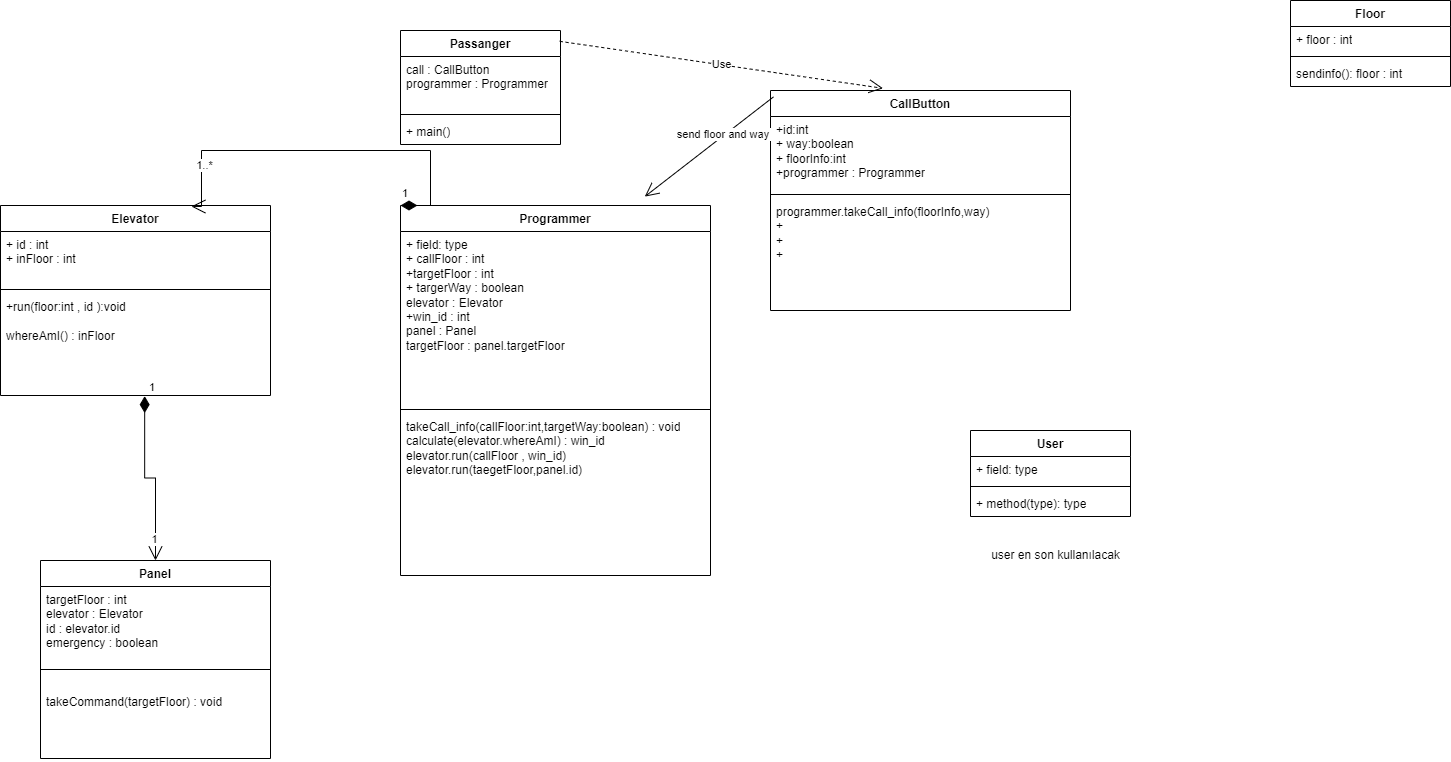
orhanozyurtt/UML-FILES keeps this draw.io diagram as elevator similation.drawio.png. Above is the earlier version. Source tidied: cells renumbered, new cells last; positions are measured from the earlier drawing's top-left corner, leaving out a move shared by most shapes.
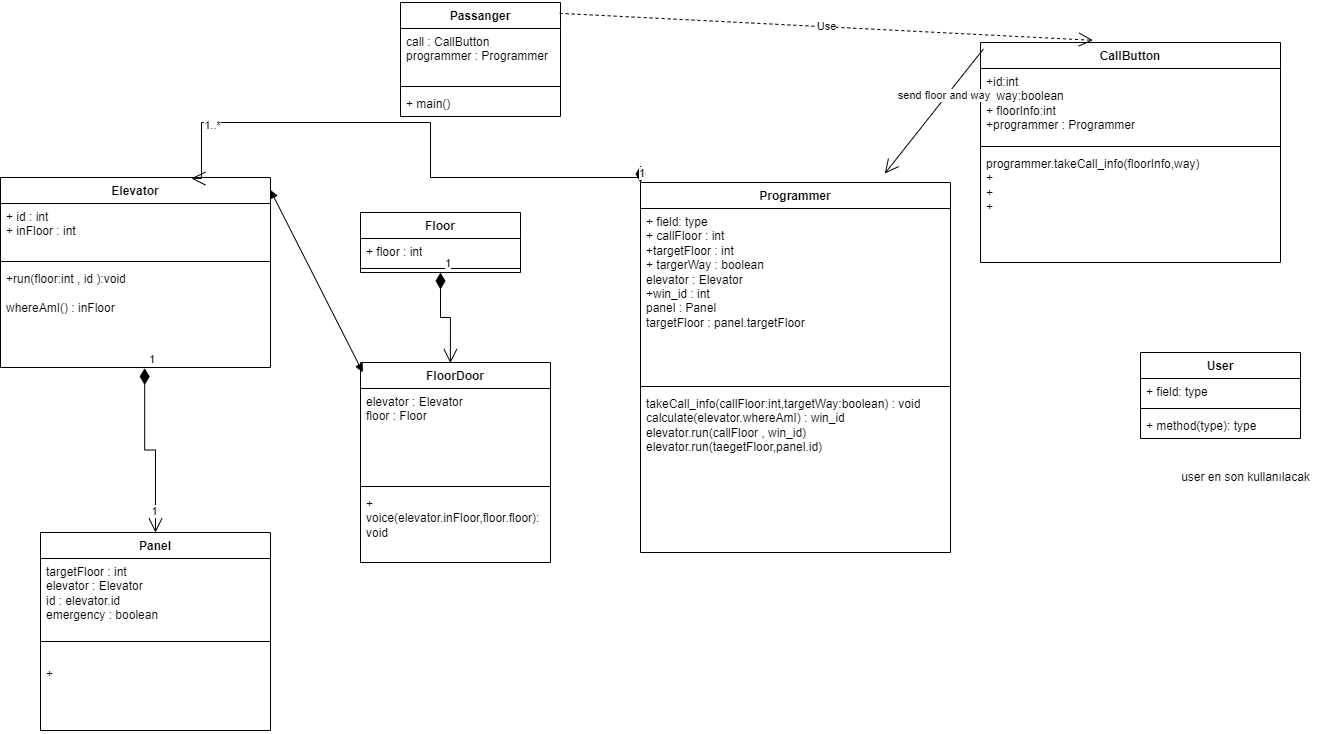
The same diagram one commit later.

What changed in the source:
```diff
@@ -11,7 +11,7 @@
     <mxCell id="4" style="line;strokeWidth=1;fillColor=none;align=left;verticalAlign=middle;spacingTop=-1;spacingLeft=3;spacingRight=3;labelPosition=right;strokeColor=inherit;" parent="2" vertex="1">
       <mxGeometry y="90" width="230" height="38" as="geometry" />
     </mxCell>
-    <mxCell id="5" value="takeCommand(targetFloor) : void" style="text;strokeColor=none;fillColor=none;align=left;verticalAlign=top;spacingLeft=4;spacingRight=4;overflow=hidden;whiteSpace=wrap;html=1;" parent="2" vertex="1">
+    <mxCell id="5" value="+" style="text;strokeColor=none;fillColor=none;align=left;verticalAlign=top;spacingLeft=4;spacingRight=4;overflow=hidden;whiteSpace=wrap;html=1;" parent="2" vertex="1">
       <mxGeometry y="128" width="230" height="70" as="geometry" />
     </mxCell>
     <mxCell id="6" value="Elevator" style="swimlane;fontStyle=1;align=center;verticalAlign=top;horizontal=1;startSize=26;whiteSpace=wrap;html=1;" parent="1" vertex="1">
@@ -39,7 +39,7 @@
       <mxGeometry y="88" width="160" height="26" as="geometry" />
     </mxCell>
     <mxCell id="14" value="User" style="swimlane;fontStyle=1;align=center;verticalAlign=top;horizontal=1;startSize=26;whiteSpace=wrap;html=1;" parent="1" vertex="1">
-      <mxGeometry x="970" y="430" width="160" height="86" as="geometry" />
+      <mxGeometry x="1140" y="380" width="160" height="86" as="geometry" />
     </mxCell>
     <mxCell id="15" value="+ field: type" style="text;strokeColor=none;fillColor=none;align=left;verticalAlign=top;spacingLeft=4;spacingRight=4;overflow=hidden;whiteSpace=wrap;html=1;" parent="14" vertex="1">
       <mxGeometry y="26" width="160" height="26" as="geometry" />
@@ -51,10 +51,10 @@
       <mxGeometry y="60" width="160" height="26" as="geometry" />
     </mxCell>
     <mxCell id="18" value="user en son kullanılacak" style="text;html=1;align=center;verticalAlign=middle;strokeColor=none;fillColor=none;" parent="1" vertex="1">
-      <mxGeometry x="980" y="540" width="150" height="30" as="geometry" />
+      <mxGeometry x="1170" y="490" width="150" height="30" as="geometry" />
     </mxCell>
     <mxCell id="19" value="CallButton" style="swimlane;fontStyle=1;align=center;verticalAlign=top;horizontal=1;startSize=26;whiteSpace=wrap;html=1;" parent="1" vertex="1">
-      <mxGeometry x="770" y="90" width="300" height="220" as="geometry" />
+      <mxGeometry x="980" y="70" width="300" height="220" as="geometry" />
     </mxCell>
     <mxCell id="20" value="+id:int&lt;br&gt;+ way:boolean&lt;br&gt;+ floorInfo:int&lt;br&gt;+programmer : Programmer" style="text;strokeColor=none;fillColor=none;align=left;verticalAlign=top;spacingLeft=4;spacingRight=4;overflow=hidden;whiteSpace=wrap;html=1;" parent="19" vertex="1">
       <mxGeometry y="26" width="300" height="74" as="geometry" />
@@ -75,7 +75,7 @@
       <mxGeometry relative="1" as="geometry" />
     </mxCell>
     <mxCell id="26" value="Floor" style="swimlane;fontStyle=1;align=center;verticalAlign=top;horizontal=1;startSize=26;whiteSpace=wrap;html=1;" parent="1" vertex="1">
-      <mxGeometry x="1290" width="160" height="86" as="geometry" />
+      <mxGeometry x="360" y="240" width="160" height="60" as="geometry" />
     </mxCell>
     <mxCell id="27" value="+ floor : int" style="text;strokeColor=none;fillColor=none;align=left;verticalAlign=top;spacingLeft=4;spacingRight=4;overflow=hidden;whiteSpace=wrap;html=1;" parent="26" vertex="1">
       <mxGeometry y="26" width="160" height="26" as="geometry" />
@@ -83,11 +83,8 @@
     <mxCell id="28" style="line;strokeWidth=1;fillColor=none;align=left;verticalAlign=middle;spacingTop=-1;spacingLeft=3;spacingRight=3;labelPosition=right;strokeColor=inherit;" parent="26" vertex="1">
       <mxGeometry y="52" width="160" height="8" as="geometry" />
     </mxCell>
-    <mxCell id="29" value="sendinfo(): floor : int&amp;nbsp;" style="text;strokeColor=none;fillColor=none;align=left;verticalAlign=top;spacingLeft=4;spacingRight=4;overflow=hidden;whiteSpace=wrap;html=1;" parent="26" vertex="1">
-      <mxGeometry y="60" width="160" height="26" as="geometry" />
-    </mxCell>
     <mxCell id="30" value="Programmer" style="swimlane;fontStyle=1;align=center;verticalAlign=top;horizontal=1;startSize=26;whiteSpace=wrap;html=1;" parent="1" vertex="1">
-      <mxGeometry x="400" y="205" width="310" height="370" as="geometry" />
+      <mxGeometry x="640" y="210" width="310" height="370" as="geometry" />
     </mxCell>
     <mxCell id="31" value="+ field: type&lt;br&gt;+ callFloor : int&amp;nbsp;&lt;br&gt;+targetFloor : int&lt;br&gt;+ targerWay : boolean&lt;br&gt;elevator : Elevator&lt;br&gt;+win_id : int&lt;br&gt;panel : Panel&amp;nbsp;&lt;br&gt;targetFloor : panel.targetFloor&lt;br&gt;" style="text;strokeColor=none;fillColor=none;align=left;verticalAlign=top;spacingLeft=4;spacingRight=4;overflow=hidden;whiteSpace=wrap;html=1;" parent="30" vertex="1">
       <mxGeometry y="26" width="310" height="174" as="geometry" />
@@ -117,5 +114,23 @@
     <mxCell id="37" value="1" style="edgeLabel;html=1;align=center;verticalAlign=middle;" parent="36" vertex="1">
       <mxGeometry x="0.75" y="-1" relative="1" as="geometry" />
     </mxCell>
+    <mxCell id="38" value="FloorDoor" style="swimlane;fontStyle=1;align=center;verticalAlign=top;horizontal=1;startSize=26;whiteSpace=wrap;html=1;" parent="1" vertex="1">
+      <mxGeometry x="360" y="390" width="190" height="200" as="geometry" />
+    </mxCell>
+    <mxCell id="39" value="elevator : Elevator&amp;nbsp;&lt;br&gt;floor : Floor&amp;nbsp;&amp;nbsp;" style="text;strokeColor=none;fillColor=none;align=left;verticalAlign=top;spacingLeft=4;spacingRight=4;overflow=hidden;whiteSpace=wrap;html=1;" parent="38" vertex="1">
+      <mxGeometry y="26" width="190" height="94" as="geometry" />
+    </mxCell>
+    <mxCell id="40" style="line;strokeWidth=1;fillColor=none;align=left;verticalAlign=middle;spacingTop=-1;spacingLeft=3;spacingRight=3;labelPosition=right;strokeColor=inherit;" parent="38" vertex="1">
+      <mxGeometry y="120" width="190" height="8" as="geometry" />
+    </mxCell>
+    <mxCell id="41" value="+ voice(elevator.inFloor,floor.floor): void&amp;nbsp;" style="text;strokeColor=none;fillColor=none;align=left;verticalAlign=top;spacingLeft=4;spacingRight=4;overflow=hidden;whiteSpace=wrap;html=1;" parent="38" vertex="1">
+      <mxGeometry y="128" width="190" height="72" as="geometry" />
+    </mxCell>
+    <mxCell id="42" value="1" style="endArrow=open;html=1;endSize=12;startArrow=diamondThin;startSize=14;startFill=1;edgeStyle=orthogonalEdgeStyle;align=left;verticalAlign=bottom;rounded=0;entryX=0.473;entryY=0.003;entryDx=0;entryDy=0;entryPerimeter=0;exitX=0.5;exitY=1;exitDx=0;exitDy=0;" parent="1" edge="1" source="26" target="38">
+      <mxGeometry x="-1" y="3" relative="1" as="geometry" />
+    </mxCell>
+    <mxCell id="43" style="endArrow=block;startArrow=block;endFill=1;startFill=1;html=1;rounded=0;entryX=0.012;entryY=0.049;entryDx=0;entryDy=0;entryPerimeter=0;exitX=0.999;exitY=0.065;exitDx=0;exitDy=0;exitPerimeter=0;" parent="1" edge="1" source="6" target="38">
+      <mxGeometry relative="1" as="geometry" />
+    </mxCell>
   </root>
 </mxGraphModel>
```
